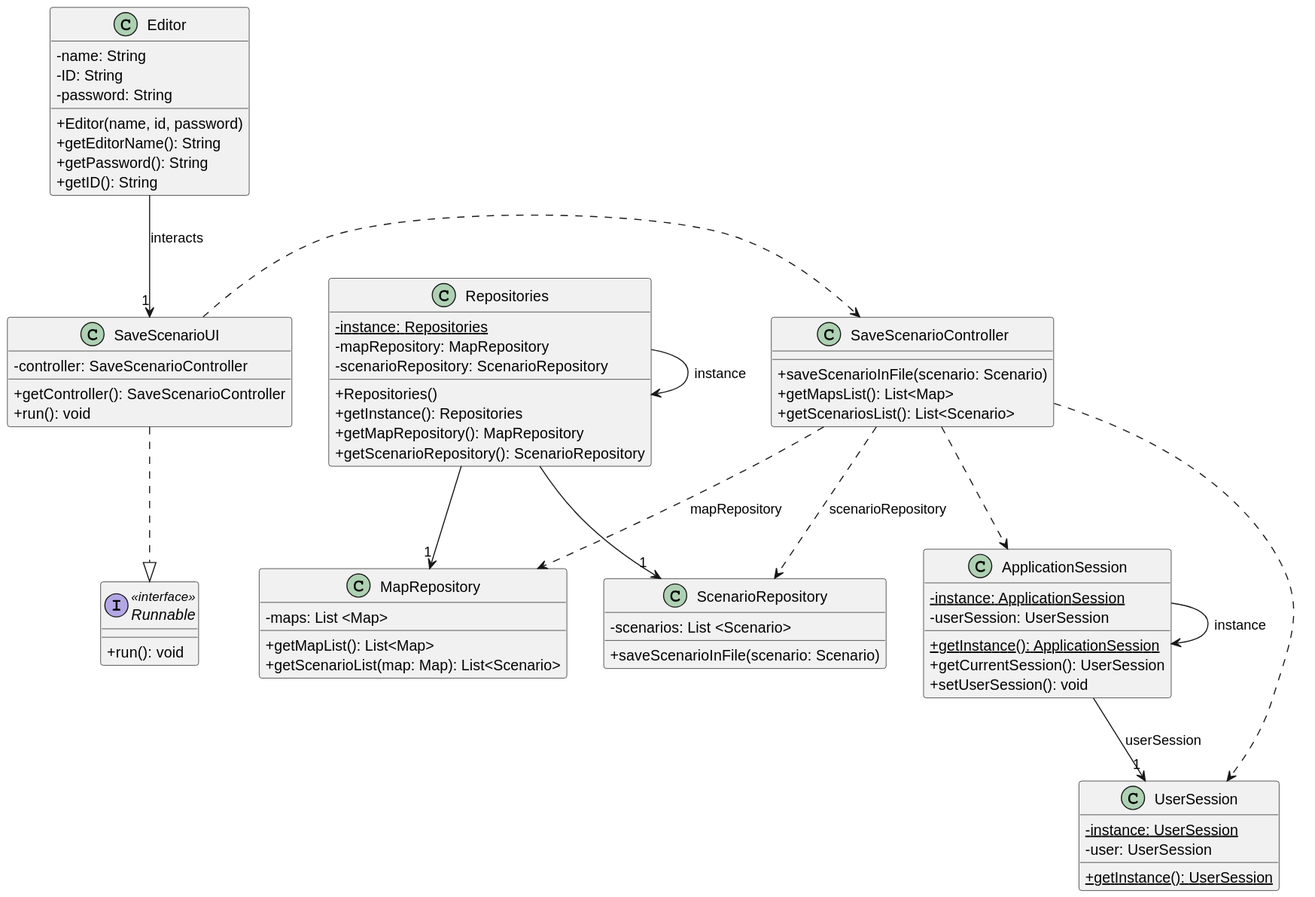
Earlier version of the PlantUML export docs/sprint3/us021/03.design/svg/us021-class-diagram.svg (ivasduarte/all-aboard). Source of this version:
```plantuml
@startuml
skinparam classAttributeIconSize 0


interface Runnable <<interface>>{
    +run(): void
}

class SaveScenarioUI {
    -controller: SaveScenarioController
    +getController(): SaveScenarioController
    +run(): void
}

class SaveScenarioController {
    +saveScenarioInFile(scenario: Scenario)
    +getMapsList(): List<Map>
    +getScenariosList(): List<Scenario>
}

class MapRepository {
    -maps: List <Map>
    +getMapList(): List<Map>
    +getScenarioList(map: Map): List<Scenario>
}

class ScenarioRepository {
    -scenarios: List <Scenario>
    +saveScenarioInFile(scenario: Scenario)
}


class Editor {
    -name: String
    -ID: String
    -password: String
    +Editor(name, id, password)
    +getEditorName(): String
    +getPassword(): String
    +getID(): String
}

class Repositories {
    -instance: Repositories{static}
    -mapRepository: MapRepository
    -scenarioRepository: ScenarioRepository
    +Repositories()
    +getInstance(): Repositories
    +getMapRepository(): MapRepository
    +getScenarioRepository(): ScenarioRepository
}

class ApplicationSession {
    -instance: ApplicationSession{static}
    -userSession: UserSession
    +getInstance(): ApplicationSession{static}
    +getCurrentSession(): UserSession
    +setUserSession(): void
}

class UserSession {
    -instance: UserSession{static}
    -user: UserSession
    +getInstance(): UserSession{static}
}


Repositories -> Repositories : instance
ApplicationSession -> ApplicationSession : instance

SaveScenarioUI ..|> Runnable
SaveScenarioUI .> SaveScenarioController
SaveScenarioController ..> ApplicationSession
SaveScenarioController ..> UserSession
SaveScenarioController ..> MapRepository : mapRepository
SaveScenarioController ..> ScenarioRepository : scenarioRepository

Repositories --> "1" MapRepository
Repositories --> "1" ScenarioRepository
ApplicationSession --> "1" UserSession : userSession
Editor --> "1" SaveScenarioUI: interacts
@enduml
```
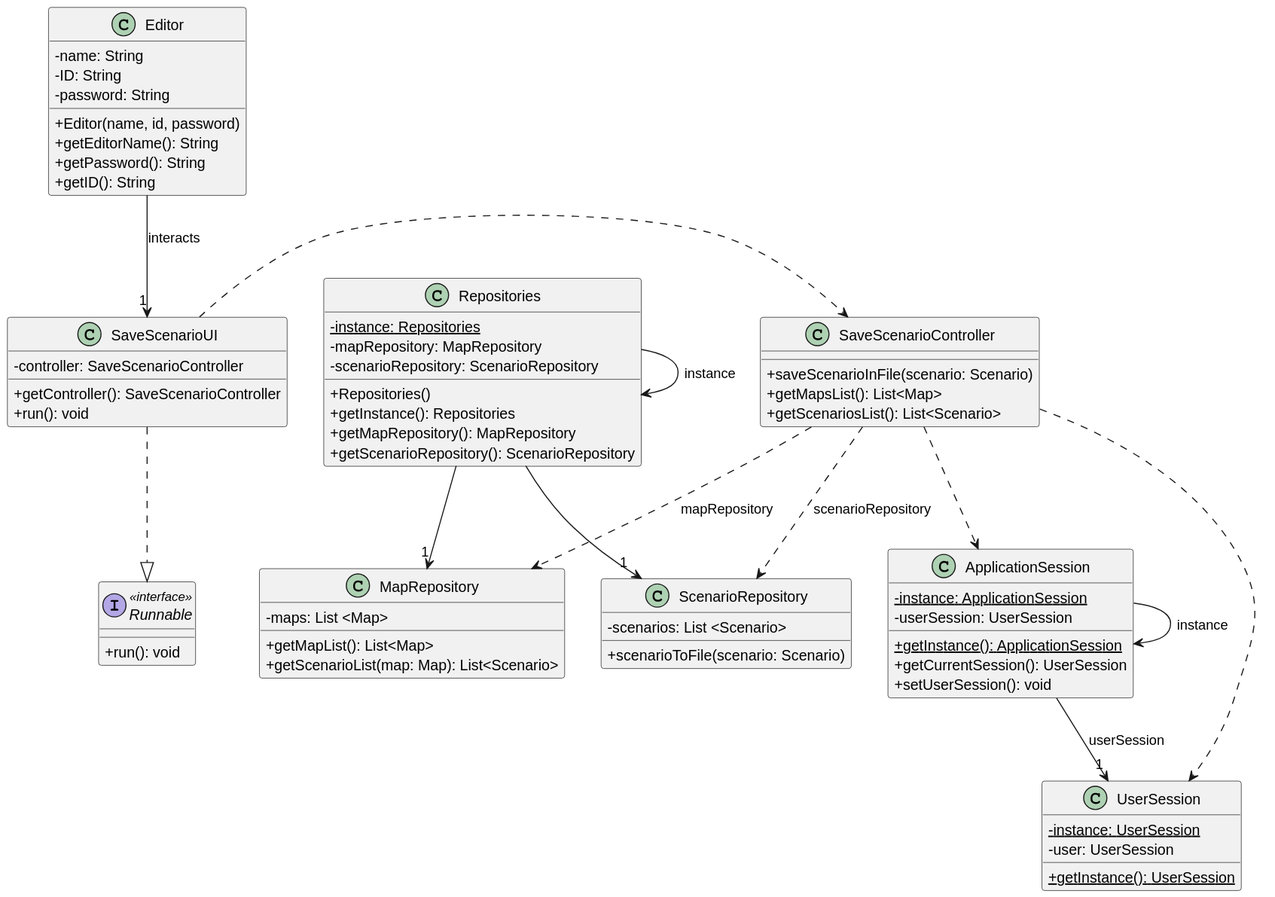
After the commit.

Change to the diagram source:
```diff
@@ -26,7 +26,7 @@
 
 class ScenarioRepository {
     -scenarios: List <Scenario>
-    +saveScenarioInFile(scenario: Scenario)
+    +scenarioToFile(scenario: Scenario)
 }
 
 
```
